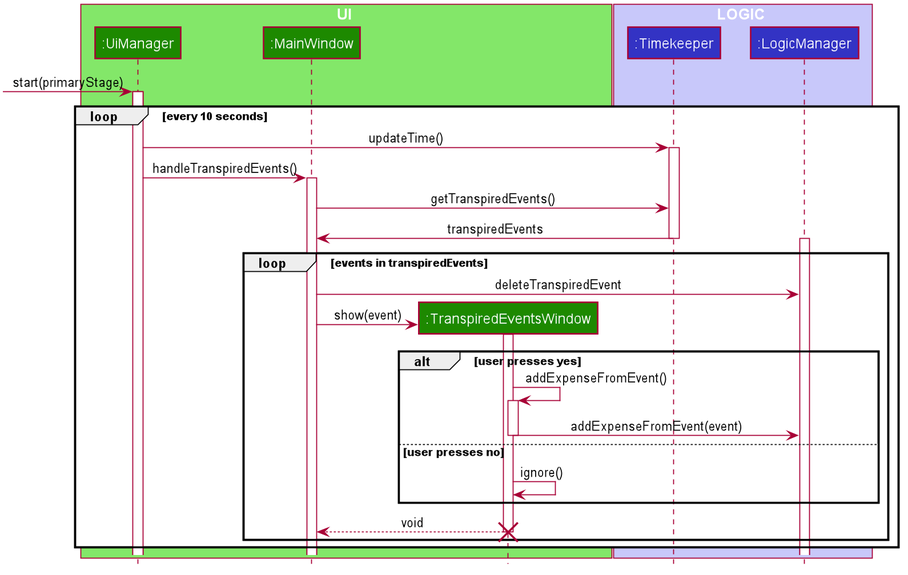
Earlier version of the PlantUML export docs/images/TranspiredEventsSequenceDiagram.png (nus-cs2103-AY1920S1/addressbook-level3).
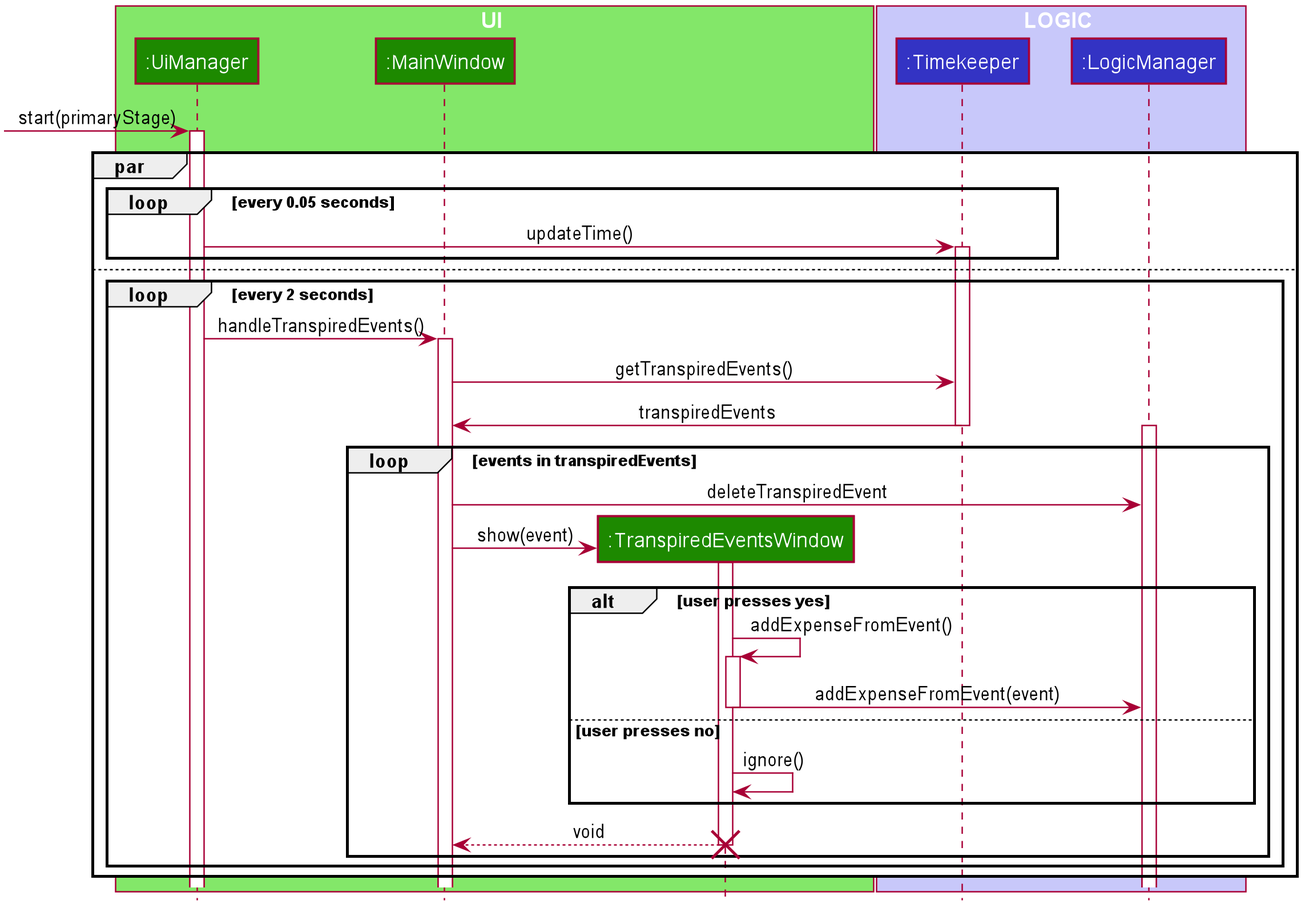
After the change.

Diff of the diagram source:
```diff
@@ -66,34 +66,38 @@
 [-> UiManager : start(primaryStage)
 activate UiManager
 
-loop every 10 seconds
-    UiManager -> Timekeeper : updateTime()
-    activate Timekeeper
+par
+    loop every 0.05 seconds
+        UiManager -> Timekeeper : updateTime()
+        activate Timekeeper
+    end
+    else
+    loop every 2 seconds
+        UiManager -> MainWindow : handleTranspiredEvents()
+        activate MainWindow
 
-    UiManager -> MainWindow : handleTranspiredEvents()
-    activate MainWindow
+        MainWindow -> Timekeeper : getTranspiredEvents()
 
-    MainWindow -> Timekeeper : getTranspiredEvents()
+        Timekeeper -> MainWindow : transpiredEvents
+        deactivate Timekeeper
 
-    Timekeeper -> MainWindow : transpiredEvents
-    deactivate Timekeeper
-
-    activate LogicManager
-    loop events in transpiredEvents
-        MainWindow -> LogicManager : deleteTranspiredEvent
-        create TranspiredEventsWindow
-        MainWindow -> TranspiredEventsWindow : show(event)
-        activate TranspiredEventsWindow
-        alt user presses yes
-        TranspiredEventsWindow -> TranspiredEventsWindow : addExpenseFromEvent()
-        activate TranspiredEventsWindow
-        TranspiredEventsWindow -> LogicManager : addExpenseFromEvent(event)
-        deactivate TranspiredEventsWindow
-        else user presses no
-        TranspiredEventsWindow -> TranspiredEventsWindow : ignore()
+        activate LogicManager
+        loop events in transpiredEvents
+            MainWindow -> LogicManager : deleteTranspiredEvent
+            create TranspiredEventsWindow
+            MainWindow -> TranspiredEventsWindow : show(event)
+            activate TranspiredEventsWindow
+            alt user presses yes
+            TranspiredEventsWindow -> TranspiredEventsWindow : addExpenseFromEvent()
+            activate TranspiredEventsWindow
+            TranspiredEventsWindow -> LogicManager : addExpenseFromEvent(event)
+            deactivate TranspiredEventsWindow
+            else user presses no
+            TranspiredEventsWindow -> TranspiredEventsWindow : ignore()
+            end
+            TranspiredEventsWindow --> MainWindow : void
+            destroy TranspiredEventsWindow
         end
-        TranspiredEventsWindow --> MainWindow : void
-        destroy TranspiredEventsWindow
     end
 end
 @enduml
```
